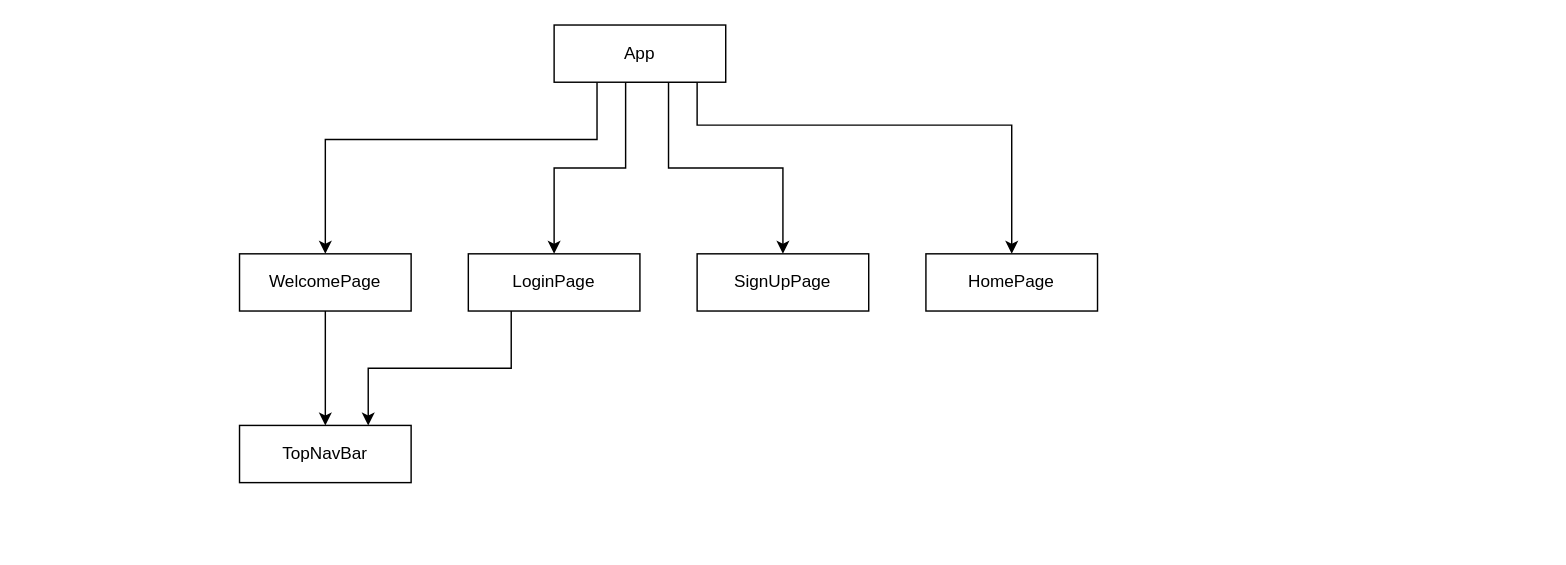
Earlier version of the draw.io diagram frontend/app/diagrams/Untitled Diagram.drawio (BTrifonov/digital-notes-app). Source tidied: cells renumbered, new cells numbered last; positions are measured from the earlier drawing's top-left corner, leaving out a move shared by most shapes. Both pictures are drawn from the tidied source at 143%, with x=0, y=0 at pixel (239, 24).
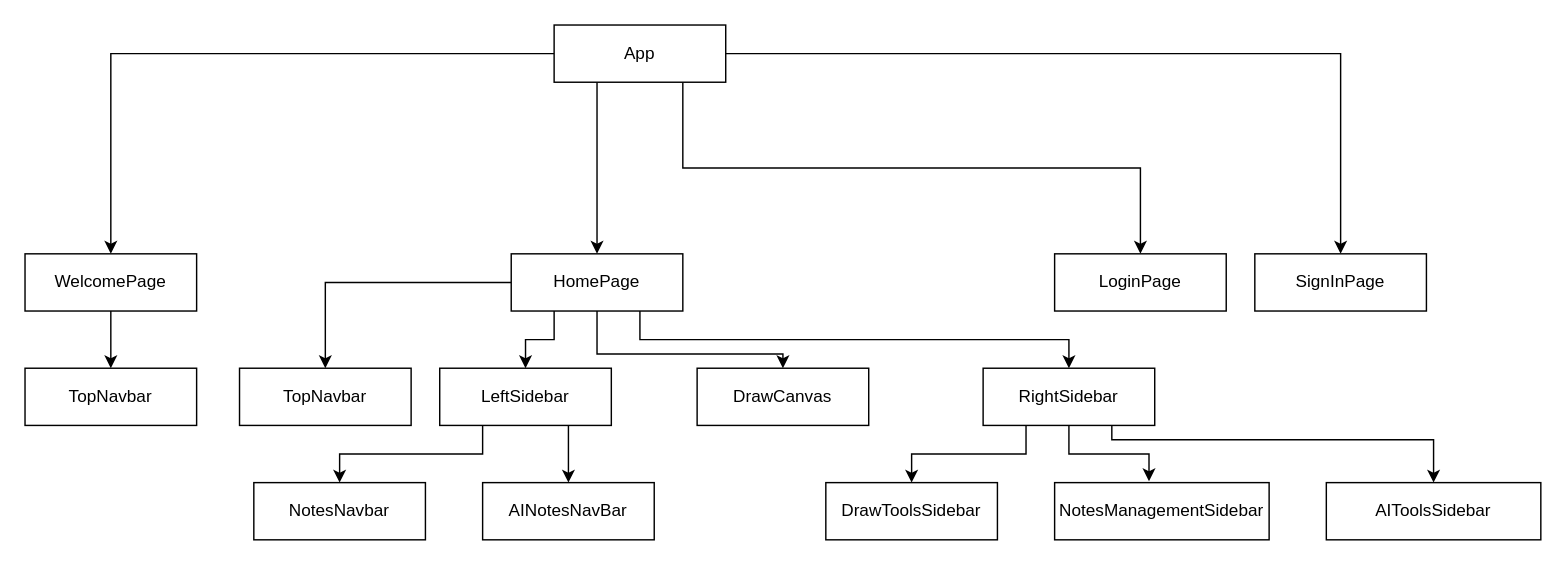
After the change.

The change refers to these unchanged cells:
```xml
<mxCell id="6" value="App" style="rounded=0;whiteSpace=wrap;html=1;" parent="1" vertex="1">
  <mxGeometry x="220" width="120" height="40" as="geometry" />
</mxCell>
```

Change to the diagram source:
```diff
@@
-    <mxCell id="2" style="edgeStyle=orthogonalEdgeStyle;rounded=0;jettySize=auto;html=1;exitX=0.5;exitY=1;exitDx=0;exitDy=0;entryX=0.5;entryY=0;entryDx=0;entryDy=0;" parent="1" edge="1" source="6" target="9">
-      <mxGeometry relative="1" as="geometry">
-        <Array as="points">
-          <mxPoint x="270" y="40" />
-          <mxPoint x="270" y="100" />
-          <mxPoint x="220" y="100" />
-        </Array>
-      </mxGeometry>
-    </mxCell>
+    <mxCell id="5" style="edgeStyle=orthogonalEdgeStyle;rounded=0;jettySize=auto;html=1;exitX=0;exitY=0.5;exitDx=0;exitDy=0;entryX=0.5;entryY=0;entryDx=0;entryDy=0;" parent="1" edge="1" source="6" target="13">
+      <mxGeometry relative="1" as="geometry">
+        <Array as="points">
+          <mxPoint x="-90" y="20" />
+        </Array>
+      </mxGeometry>
+    </mxCell>
-    <mxCell id="3" style="edgeStyle=orthogonalEdgeStyle;rounded=0;jettySize=auto;html=1;exitX=0.5;exitY=1;exitDx=0;exitDy=0;entryX=0.5;entryY=0;entryDx=0;entryDy=0;" parent="1" edge="1" source="6" target="10">
-      <mxGeometry relative="1" as="geometry">
-        <Array as="points">
-          <mxPoint x="300" y="40" />
-          <mxPoint x="300" y="100" />
-          <mxPoint x="380" y="100" />
-        </Array>
-      </mxGeometry>
+    <mxCell id="3" style="edgeStyle=orthogonalEdgeStyle;rounded=0;jettySize=auto;html=1;exitX=0.75;exitY=1;exitDx=0;exitDy=0;entryX=0.5;entryY=0;entryDx=0;entryDy=0;" parent="1" edge="1" source="6" target="10">
+      <mxGeometry relative="1" as="geometry" />
     </mxCell>
-    <mxCell id="4" style="edgeStyle=orthogonalEdgeStyle;rounded=0;jettySize=auto;html=1;exitX=0.5;exitY=1;exitDx=0;exitDy=0;entryX=0.5;entryY=0;entryDx=0;entryDy=0;" parent="1" edge="1" source="6" target="11">
-      <mxGeometry relative="1" as="geometry">
-        <Array as="points">
-          <mxPoint x="320" y="40" />
-          <mxPoint x="320" y="70" />
-          <mxPoint x="540" y="70" />
-        </Array>
-      </mxGeometry>
+    <mxCell id="4" style="edgeStyle=orthogonalEdgeStyle;rounded=0;jettySize=auto;html=1;exitX=1;exitY=0.5;exitDx=0;exitDy=0;entryX=0.5;entryY=0;entryDx=0;entryDy=0;" parent="1" edge="1" source="6" target="11">
+      <mxGeometry relative="1" as="geometry" />
     </mxCell>
-    <mxCell id="5" style="edgeStyle=orthogonalEdgeStyle;rounded=0;jettySize=auto;html=1;exitX=0.25;exitY=1;exitDx=0;exitDy=0;entryX=0.5;entryY=0;entryDx=0;entryDy=0;" parent="1" edge="1" source="6" target="13">
-      <mxGeometry relative="1" as="geometry">
-        <Array as="points">
-          <mxPoint x="250" y="80" />
-          <mxPoint x="60" y="80" />
-        </Array>
-      </mxGeometry>
-    </mxCell>
+    <mxCell id="2" style="edgeStyle=orthogonalEdgeStyle;rounded=0;jettySize=auto;html=1;exitX=0.25;exitY=1;exitDx=0;exitDy=0;entryX=0.5;entryY=0;entryDx=0;entryDy=0;" parent="1" edge="1" source="6" target="9">
+      <mxGeometry relative="1" as="geometry" />
+    </mxCell>
@@
-    <mxCell id="7" value="TopNavBar" style="rounded=0;whiteSpace=wrap;html=1;" parent="1" vertex="1">
-      <mxGeometry y="280" width="120" height="40" as="geometry" />
-    </mxCell>
-    <mxCell id="8" style="edgeStyle=orthogonalEdgeStyle;rounded=0;jettySize=auto;html=1;exitX=0.25;exitY=1;exitDx=0;exitDy=0;entryX=0.75;entryY=0;entryDx=0;entryDy=0;" parent="1" edge="1" source="9" target="7">
-      <mxGeometry relative="1" as="geometry" />
-    </mxCell>
+    <mxCell id="14" style="edgeStyle=orthogonalEdgeStyle;rounded=0;jettySize=auto;html=1;exitX=0;exitY=0.5;exitDx=0;exitDy=0;entryX=0.5;entryY=0;entryDx=0;entryDy=0;" parent="1" edge="1" source="9" target="20">
+      <mxGeometry relative="1" as="geometry" />
+    </mxCell>
+    <mxCell id="15" style="edgeStyle=orthogonalEdgeStyle;rounded=0;jettySize=auto;html=1;exitX=0.25;exitY=1;exitDx=0;exitDy=0;entryX=0.5;entryY=0;entryDx=0;entryDy=0;" parent="1" edge="1" source="9" target="23">
+      <mxGeometry relative="1" as="geometry" />
+    </mxCell>
+    <mxCell id="16" style="edgeStyle=orthogonalEdgeStyle;rounded=0;jettySize=auto;html=1;exitX=0.75;exitY=1;exitDx=0;exitDy=0;entryX=0.5;entryY=0;entryDx=0;entryDy=0;" parent="1" edge="1" source="9" target="26">
+      <mxGeometry relative="1" as="geometry" />
+    </mxCell>
+    <mxCell id="17" style="edgeStyle=orthogonalEdgeStyle;rounded=0;jettySize=auto;html=1;exitX=0.5;exitY=1;exitDx=0;exitDy=0;entryX=0.5;entryY=0;entryDx=0;entryDy=0;" parent="1" edge="1" source="9" target="27">
+      <mxGeometry relative="1" as="geometry">
+        <Array as="points">
+          <mxPoint x="250" y="230" />
+          <mxPoint x="380" y="230" />
+        </Array>
+      </mxGeometry>
+    </mxCell>
-    <mxCell id="9" value="&lt;div&gt;LoginPage&lt;/div&gt;" style="rounded=0;whiteSpace=wrap;html=1;" parent="1" vertex="1">
-      <mxGeometry x="160" y="160" width="120" height="40" as="geometry" />
+    <mxCell id="9" value="HomePage" style="rounded=0;whiteSpace=wrap;html=1;" parent="1" vertex="1">
+      <mxGeometry x="190" y="160" width="120" height="40" as="geometry" />
     </mxCell>
-    <mxCell id="10" value="SignUpPage" style="rounded=0;whiteSpace=wrap;html=1;" parent="1" vertex="1">
-      <mxGeometry x="320" y="160" width="120" height="40" as="geometry" />
+    <mxCell id="10" value="LoginPage" style="rounded=0;whiteSpace=wrap;html=1;" parent="1" vertex="1">
+      <mxGeometry x="570" y="160" width="120" height="40" as="geometry" />
     </mxCell>
-    <mxCell id="11" value="HomePage" style="rounded=0;whiteSpace=wrap;html=1;" parent="1" vertex="1">
-      <mxGeometry x="480" y="160" width="120" height="40" as="geometry" />
+    <mxCell id="11" value="SignInPage" style="rounded=0;whiteSpace=wrap;html=1;" parent="1" vertex="1">
+      <mxGeometry x="710" y="160" width="120" height="40" as="geometry" />
     </mxCell>
-    <mxCell id="12" style="edgeStyle=orthogonalEdgeStyle;rounded=0;jettySize=auto;html=1;exitX=0.5;exitY=1;exitDx=0;exitDy=0;entryX=0.5;entryY=0;entryDx=0;entryDy=0;" parent="1" edge="1" source="13" target="7">
-      <mxGeometry relative="1" as="geometry" />
-    </mxCell>
+    <mxCell id="18" style="edgeStyle=orthogonalEdgeStyle;rounded=0;jettySize=auto;html=1;exitX=0.5;exitY=1;exitDx=0;exitDy=0;entryX=0.5;entryY=0;entryDx=0;entryDy=0;" parent="1" edge="1" source="13" target="19">
+      <mxGeometry relative="1" as="geometry" />
+    </mxCell>
     <mxCell id="13" value="WelcomePage" style="rounded=0;whiteSpace=wrap;html=1;" parent="1" vertex="1">
-      <mxGeometry y="160" width="120" height="40" as="geometry" />
+      <mxGeometry x="-150" y="160" width="120" height="40" as="geometry" />
     </mxCell>
+    <mxCell id="19" value="TopNavbar" style="rounded=0;whiteSpace=wrap;html=1;" parent="1" vertex="1">
+      <mxGeometry x="-150" y="240" width="120" height="40" as="geometry" />
+    </mxCell>
+    <mxCell id="20" value="TopNavbar" style="rounded=0;whiteSpace=wrap;html=1;" parent="1" vertex="1">
+      <mxGeometry y="240" width="120" height="40" as="geometry" />
+    </mxCell>
+    <mxCell id="21" style="edgeStyle=orthogonalEdgeStyle;rounded=0;jettySize=auto;html=1;exitX=0.25;exitY=1;exitDx=0;exitDy=0;entryX=0.5;entryY=0;entryDx=0;entryDy=0;" parent="1" edge="1" source="23" target="29">
+      <mxGeometry relative="1" as="geometry" />
+    </mxCell>
+    <mxCell id="22" style="edgeStyle=orthogonalEdgeStyle;rounded=0;jettySize=auto;html=1;exitX=0.75;exitY=1;exitDx=0;exitDy=0;entryX=0.5;entryY=0;entryDx=0;entryDy=0;" parent="1" edge="1" source="23" target="28">
+      <mxGeometry relative="1" as="geometry" />
+    </mxCell>
+    <mxCell id="23" value="LeftSidebar" style="rounded=0;whiteSpace=wrap;html=1;" parent="1" vertex="1">
+      <mxGeometry x="140" y="240" width="120" height="40" as="geometry" />
+    </mxCell>
+    <mxCell id="24" style="edgeStyle=orthogonalEdgeStyle;rounded=0;jettySize=auto;html=1;exitX=0.25;exitY=1;exitDx=0;exitDy=0;entryX=0.5;entryY=0;entryDx=0;entryDy=0;" parent="1" edge="1" source="26" target="30">
+      <mxGeometry relative="1" as="geometry" />
+    </mxCell>
+    <mxCell id="25" style="edgeStyle=orthogonalEdgeStyle;rounded=0;jettySize=auto;html=1;exitX=0.75;exitY=1;exitDx=0;exitDy=0;entryX=0.5;entryY=0;entryDx=0;entryDy=0;" parent="1" edge="1" source="26" target="32">
+      <mxGeometry relative="1" as="geometry">
+        <Array as="points">
+          <mxPoint x="610" y="290" />
+          <mxPoint x="835" y="290" />
+        </Array>
+      </mxGeometry>
+    </mxCell>
+    <mxCell id="26" value="RightSidebar" style="rounded=0;whiteSpace=wrap;html=1;" parent="1" vertex="1">
+      <mxGeometry x="520" y="240" width="120" height="40" as="geometry" />
+    </mxCell>
+    <mxCell id="27" value="DrawCanvas" style="rounded=0;whiteSpace=wrap;html=1;" parent="1" vertex="1">
+      <mxGeometry x="320" y="240" width="120" height="40" as="geometry" />
+    </mxCell>
+    <mxCell id="28" value="AINotesNavBar" style="rounded=0;whiteSpace=wrap;html=1;" parent="1" vertex="1">
+      <mxGeometry x="170" y="320" width="120" height="40" as="geometry" />
+    </mxCell>
+    <mxCell id="29" value="NotesNavbar" style="rounded=0;whiteSpace=wrap;html=1;" parent="1" vertex="1">
+      <mxGeometry x="10" y="320" width="120" height="40" as="geometry" />
+    </mxCell>
+    <mxCell id="30" value="DrawToolsSidebar" style="rounded=0;whiteSpace=wrap;html=1;" parent="1" vertex="1">
+      <mxGeometry x="410" y="320" width="120" height="40" as="geometry" />
+    </mxCell>
+    <mxCell id="31" value="NotesManagementSidebar" style="rounded=0;whiteSpace=wrap;html=1;" parent="1" vertex="1">
+      <mxGeometry x="570" y="320" width="150" height="40" as="geometry" />
+    </mxCell>
+    <mxCell id="32" value="AIToolsSidebar" style="rounded=0;whiteSpace=wrap;html=1;" parent="1" vertex="1">
+      <mxGeometry x="760" y="320" width="150" height="40" as="geometry" />
+    </mxCell>
+    <mxCell id="33" style="edgeStyle=orthogonalEdgeStyle;rounded=0;jettySize=auto;html=1;exitX=0.5;exitY=1;exitDx=0;exitDy=0;entryX=0.44;entryY=-0.025;entryDx=0;entryDy=0;entryPerimeter=0;" parent="1" edge="1" source="26" target="31">
+      <mxGeometry relative="1" as="geometry" />
+    </mxCell>
```
